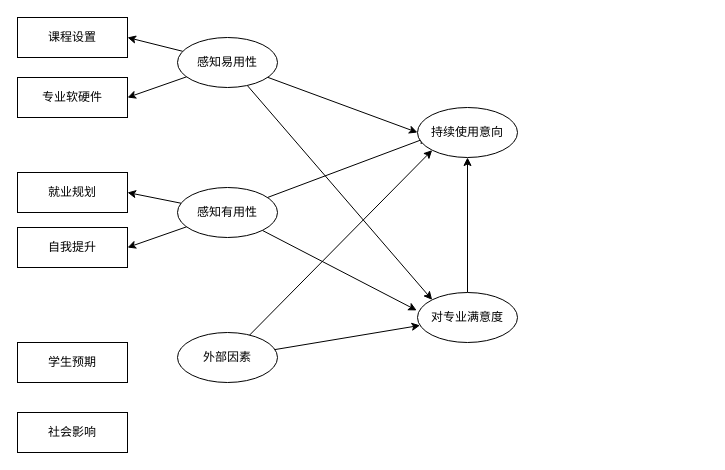
449121927/449121927 keeps this draw.io diagram as theoreticalFramework.drawio. Above is the earlier version. Source tidied: cells renumbered, new cells numbered last; positions are measured from the earlier drawing's top-left corner, leaving out a move shared by most shapes. Both pictures are drawn from the tidied source at 100%, with x=0, y=0 at pixel (17, 17).
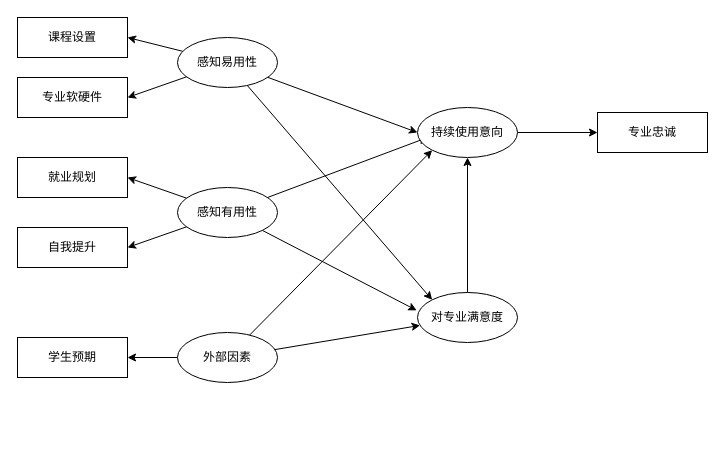
The same diagram, later.

The change refers to these unchanged cells:
```xml
<mxCell id="14" value="外部因素" style="ellipse;whiteSpace=wrap;html=1;" parent="1" vertex="1">
  <mxGeometry x="160" y="315" width="100" height="50" as="geometry" />
</mxCell>
<mxCell id="22" value="持续使用意向" style="ellipse;whiteSpace=wrap;html=1;" parent="1" vertex="1">
  <mxGeometry x="400" y="90" width="100" height="50" as="geometry" />
</mxCell>
```

What changed in the source:
```diff
@@
+    <mxCell id="24" style="edgeStyle=none;rounded=0;jettySize=auto;html=1;entryX=1;entryY=0.5;entryDx=0;entryDy=0;" parent="1" edge="1" source="14" target="21">
+      <mxGeometry relative="1" as="geometry" />
+    </mxCell>
@@
     <mxCell id="17" value="就业规划" style="rounded=0;whiteSpace=wrap;html=1;" parent="1" vertex="1">
-      <mxGeometry y="155" width="110" height="40" as="geometry" />
+      <mxGeometry y="140" width="110" height="40" as="geometry" />
     </mxCell>
@@
     <mxCell id="21" value="学生预期" style="rounded=0;whiteSpace=wrap;html=1;" parent="1" vertex="1">
-      <mxGeometry y="325" width="110" height="40" as="geometry" />
+      <mxGeometry y="320" width="110" height="40" as="geometry" />
     </mxCell>
+    <mxCell id="25" style="edgeStyle=none;rounded=0;jettySize=auto;html=1;entryX=0;entryY=0.5;entryDx=0;entryDy=0;" parent="1" edge="1" source="22" target="26">
+      <mxGeometry relative="1" as="geometry" />
+    </mxCell>
@@
-    <mxCell id="23" value="社会影响" style="rounded=0;whiteSpace=wrap;html=1;" parent="1" vertex="1">
-      <mxGeometry y="395" width="110" height="40" as="geometry" />
-    </mxCell>
+    <mxCell id="26" value="专业忠诚" style="rounded=0;whiteSpace=wrap;html=1;" parent="1" vertex="1">
+      <mxGeometry x="580" y="95" width="110" height="40" as="geometry" />
+    </mxCell>
```
